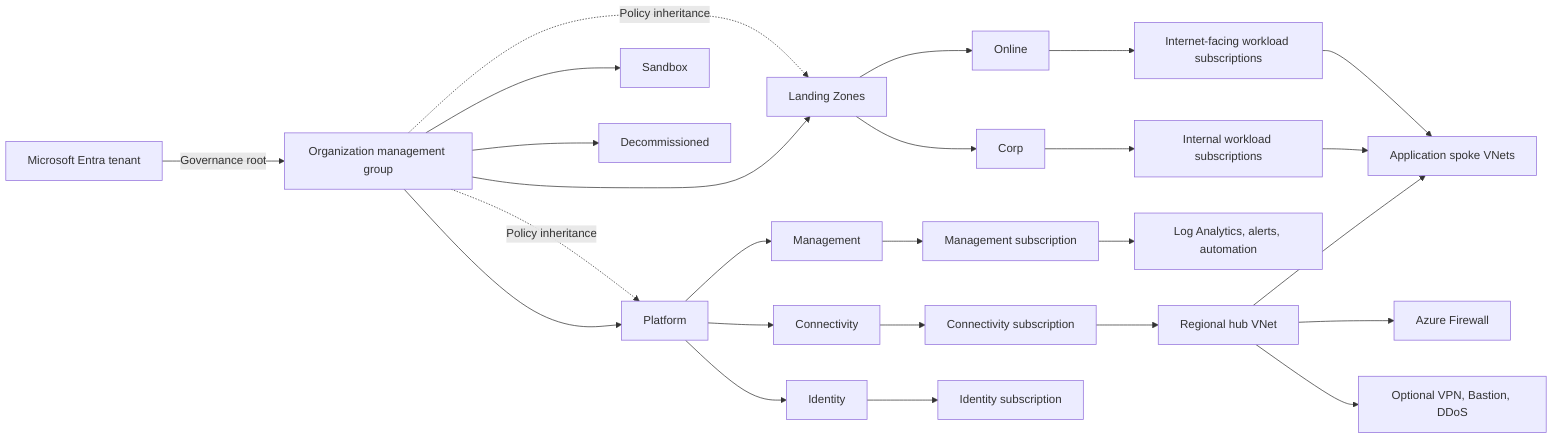
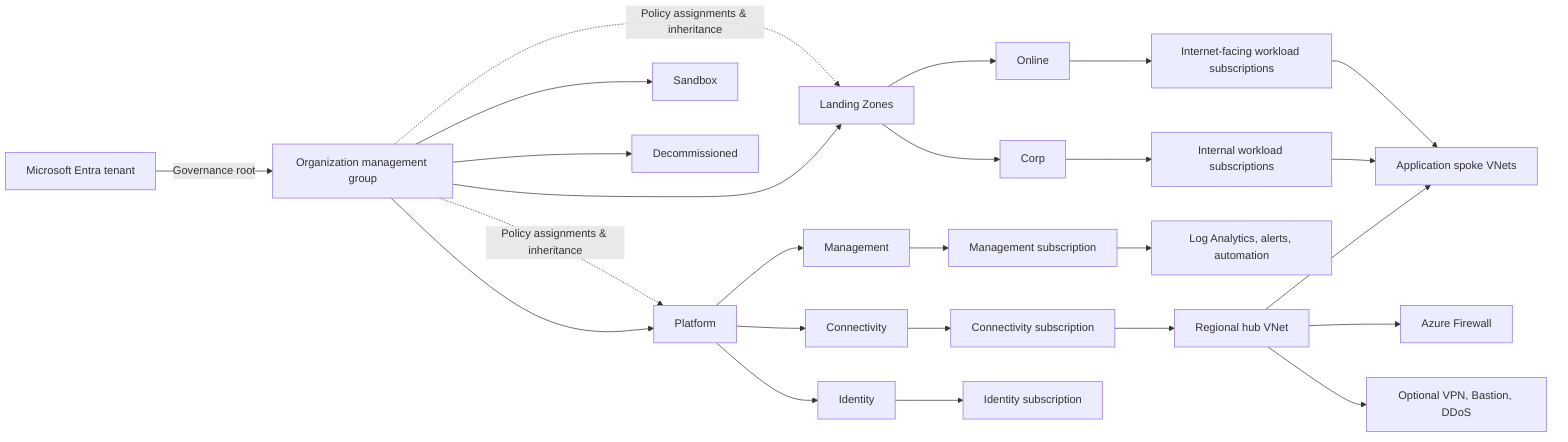
flowchart LR
    tenant["Microsoft Entra tenant"] -->|"Governance root"| org["Organization management group"]
    org --> platform["Platform"]
    org --> landingZones["Landing Zones"]
    org --> sandbox["Sandbox"]
    org --> decommissioned["Decommissioned"]
    platform --> management["Management"]
    platform --> connectivity["Connectivity"]
    platform --> identity["Identity"]
    landingZones --> corp["Corp"]
    landingZones --> online["Online"]
    management --> managementSub["Management subscription"]
    connectivity --> connectivitySub["Connectivity subscription"]
    identity --> identitySub["Identity subscription"]
    corp --> corpSubs["Internal workload subscriptions"]
    online --> onlineSubs["Internet-facing workload subscriptions"]
    managementSub --> operations["Log Analytics, alerts, automation"]
    connectivitySub --> hub["Regional hub VNet"]
    hub --> firewall["Azure Firewall"]
    hub --> hybrid["Optional VPN, Bastion, DDoS"]
    hub --> spokes["Application spoke VNets"]
    corpSubs --> spokes
    onlineSubs --> spokes
-     org -.->|"Policy inheritance"| platform
-     org -.->|"Policy inheritance"| landingZones
+     org -.->|"Policy assignments & inheritance"| platform
+     org -.->|"Policy assignments & inheritance"| landingZones

